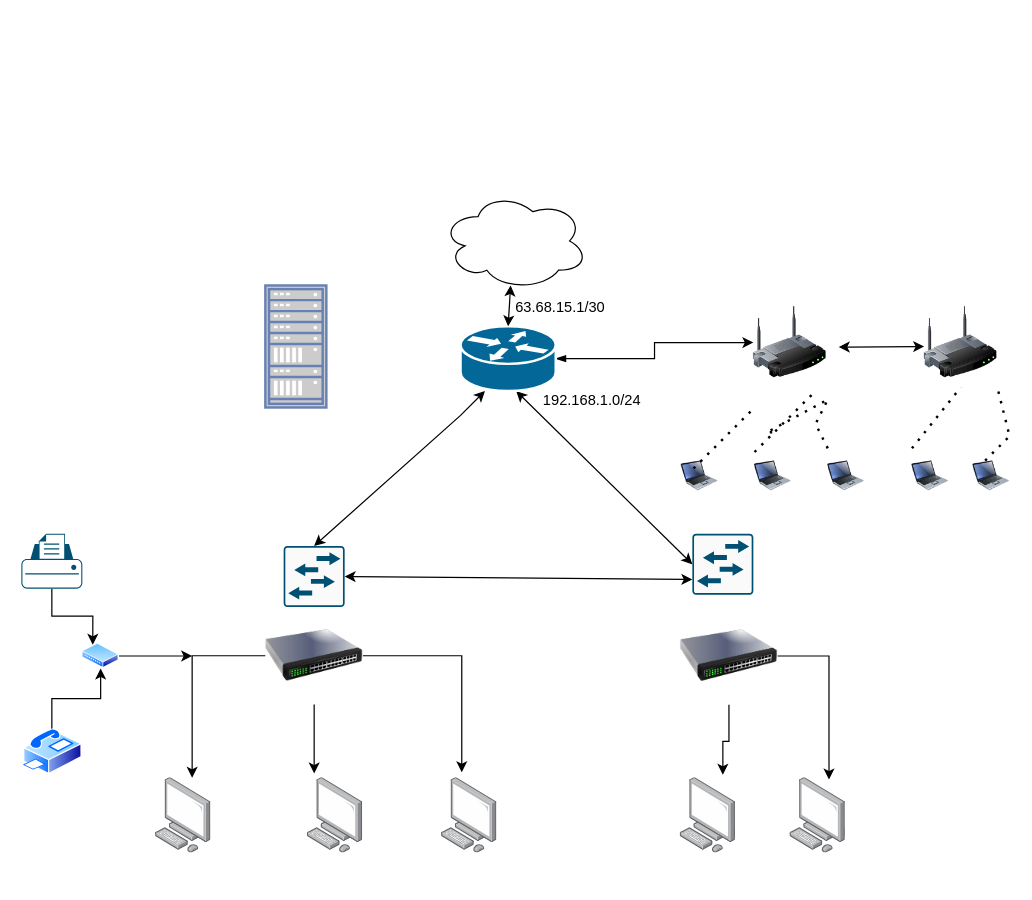
Above: Untitled Diagram.drawio in wbxsxu168/drawio (draw.io), before the change. Source tidied: cells renumbered, new cells numbered last; positions are measured from the earlier drawing's top-left corner, leaving out a move shared by most shapes. Both pictures are drawn from the tidied source at 122%, with x=0, y=0 at pixel (21, 192).
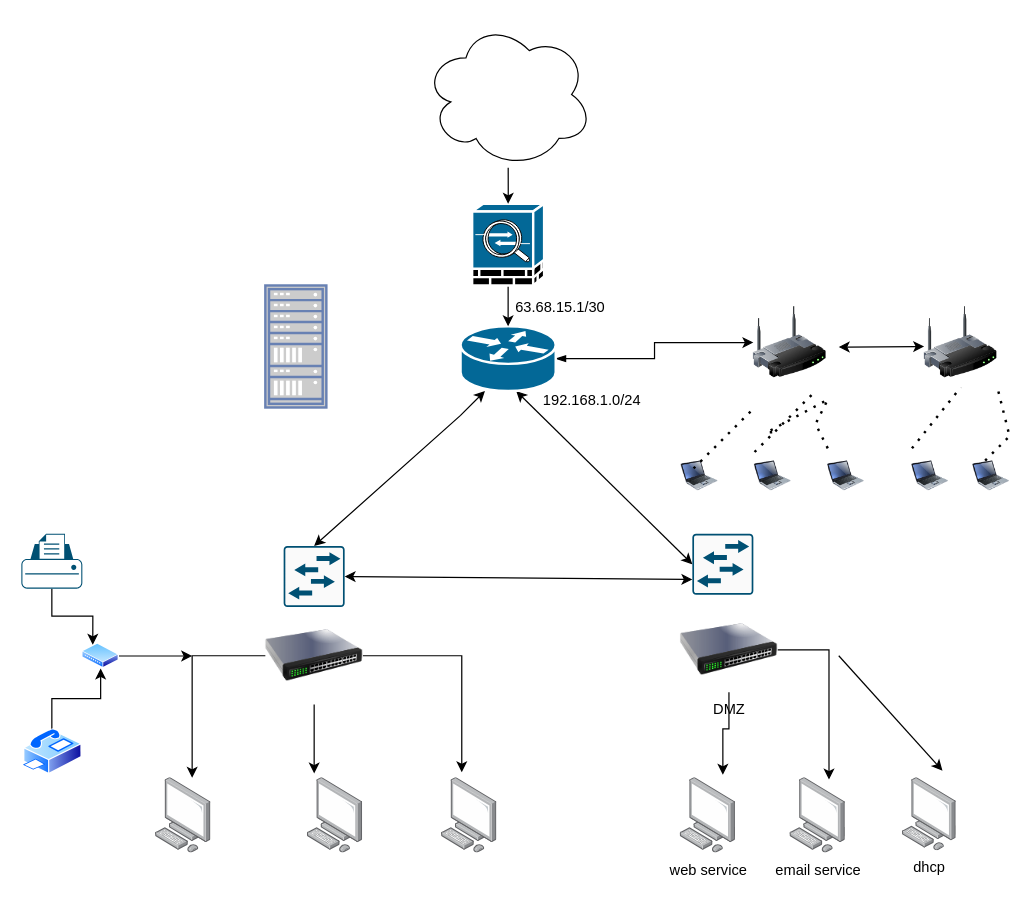
The same diagram, later.

Unchanged cells that the change refers to:
```xml
<mxCell id="13" style="shape=mxgraph.cisco.routers.router;html=1;dashed=0;fillColor=#036897;strokeColor=#ffffff;strokeWidth=2;verticalLabelPosition=bottom;verticalAlign=top;align=center;outlineConnect=0;" parent="1" vertex="1">
  <mxGeometry x="360" y="110" width="78" height="53" as="geometry" />
</mxCell>
```

The edit, as a diff of the source:
```diff
@@
-    <mxCell id="9" style="image;points=[];html=1;align=center;shadow=0;dashed=0;image=img/lib/allied_telesis/computer_and_terminals/Personal_Computer.svg;" parent="1" vertex="1">
+    <mxCell id="9" value="web service" style="image;points=[];html=1;align=center;shadow=0;dashed=0;image=img/lib/allied_telesis/computer_and_terminals/Personal_Computer.svg;" parent="1" vertex="1">
       <mxGeometry x="540" y="480" width="45.6" height="61.8" as="geometry" />
     </mxCell>
@@
-    <mxCell id="11" style="image;points=[];html=1;align=center;shadow=0;dashed=0;image=img/lib/allied_telesis/computer_and_terminals/Personal_Computer.svg;" parent="1" vertex="1">
+    <mxCell id="11" value="email service" style="image;points=[];html=1;align=center;shadow=0;dashed=0;image=img/lib/allied_telesis/computer_and_terminals/Personal_Computer.svg;" parent="1" vertex="1">
       <mxGeometry x="630" y="480" width="45.6" height="61.8" as="geometry" />
     </mxCell>
@@
-    <mxCell id="16" style="image;html=1;image=img/lib/clip_art/networking/Switch_128x128.png;" parent="1" vertex="1">
-      <mxGeometry x="540" y="340.2" width="80" height="80" as="geometry" />
+    <mxCell id="16" value="DMZ" style="image;html=1;image=img/lib/clip_art/networking/Switch_128x128.png;" parent="1" vertex="1">
+      <mxGeometry x="540" y="340.2" width="80" height="69.8" as="geometry" />
     </mxCell>
     <mxCell id="17" style="ellipse;shape=cloud;whiteSpace=wrap;html=1;" parent="1" vertex="1">
-      <mxGeometry x="344.4" width="120" height="80" as="geometry" />
+      <mxGeometry x="329.8" y="-140" width="138.5" height="120" as="geometry" />
     </mxCell>
@@
     <mxCell id="22" style="edgeStyle=orthogonalEdgeStyle;rounded=0;jettySize=auto;html=1;entryX=0.768;entryY=-0.04;entryDx=0;entryDy=0;entryPerimeter=0;" parent="1" edge="1" source="16" target="9">
-      <mxGeometry relative="1" as="geometry" />
+      <mxGeometry relative="1" as="geometry">
+        <Array as="points">
+          <mxPoint x="580" y="440" />
+          <mxPoint x="575" y="440" />
+        </Array>
+      </mxGeometry>
     </mxCell>
@@
-    <mxCell id="24" style="endArrow=classic;startArrow=classic;html=1;rounded=0;exitX=0.5;exitY=0;exitDx=0;exitDy=0;exitPerimeter=0;entryX=0.472;entryY=0.956;entryDx=0;entryDy=0;entryPerimeter=0;" parent="1" edge="1" source="13" target="17">
-      <mxGeometry relative="1" as="geometry" />
-    </mxCell>
@@
+    <mxCell id="45" style="edgeStyle=orthogonalEdgeStyle;rounded=0;jettySize=auto;html=1;exitX=0.5;exitY=1;exitDx=0;exitDy=0;exitPerimeter=0;" parent="1" edge="1" source="46" target="13">
+      <mxGeometry relative="1" as="geometry" />
+    </mxCell>
+    <mxCell id="46" style="shape=mxgraph.cisco.misc.asa_5500;html=1;dashed=0;fillColor=#036897;strokeColor=#ffffff;strokeWidth=2;verticalLabelPosition=bottom;verticalAlign=top;align=center;outlineConnect=0;" parent="1" vertex="1">
+      <mxGeometry x="369.5" y="9.5" width="59" height="67" as="geometry" />
+    </mxCell>
+    <mxCell id="47" style="edgeStyle=orthogonalEdgeStyle;rounded=0;jettySize=auto;html=1;entryX=0.5;entryY=0;entryDx=0;entryDy=0;entryPerimeter=0;" parent="1" edge="1" source="17" target="46">
+      <mxGeometry relative="1" as="geometry" />
+    </mxCell>
+    <mxCell id="48" value="dhcp" style="image;points=[];html=1;align=center;shadow=0;dashed=0;image=img/lib/allied_telesis/computer_and_terminals/Personal_Computer.svg;" parent="1" vertex="1">
+      <mxGeometry x="722.2" y="480" width="44.3" height="60" as="geometry" />
+    </mxCell>
+    <mxCell id="49" style="endArrow=classic;html=1;rounded=0;entryX=0.741;entryY=-0.097;entryDx=0;entryDy=0;entryPerimeter=0;" parent="1" edge="1" target="48">
+      <mxGeometry relative="1" as="geometry">
+        <mxPoint x="670" y="380" as="sourcePoint" />
+      </mxGeometry>
+    </mxCell>
```
